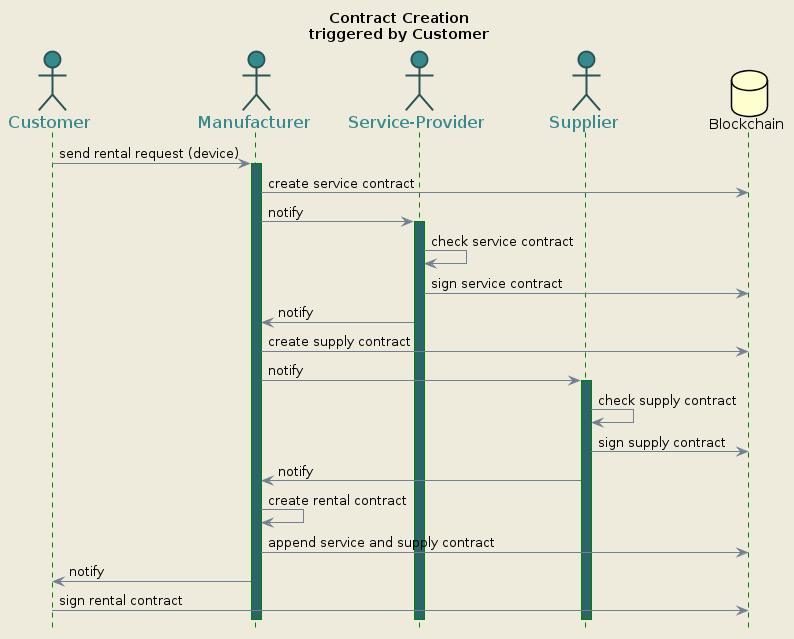
sebastian-kanz/thesis keeps this PlantUML diagram as iot-usecase/uml/UML_SEQ_Contract Creation.png. Above is the earlier version.
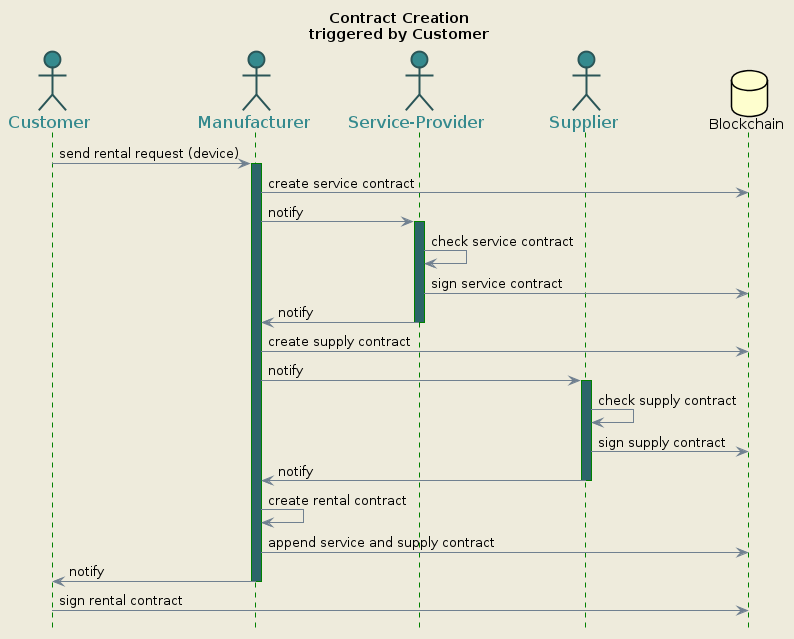
After the commit.

What changed in the source:
```diff
@@ -38,6 +38,7 @@
 "Service-Provider" -> "Service-Provider": check service contract
 "Service-Provider" -> Blockchain: sign service contract
 "Service-Provider" -> Manufacturer: notify
+deactivate "Service-Provider"
 
 Manufacturer -> Blockchain: create supply contract
 Manufacturer -> Supplier: notify
@@ -45,10 +46,12 @@
 Supplier -> Supplier: check supply contract
 Supplier -> Blockchain: sign supply contract
 Supplier -> Manufacturer: notify
+deactivate Supplier
 
 Manufacturer -> Manufacturer: create rental contract
 Manufacturer -> Blockchain: append service and supply contract
 Manufacturer -> Customer: notify
+deactivate Manufacturer
 
 
 Customer -> Blockchain: sign rental contract
```
